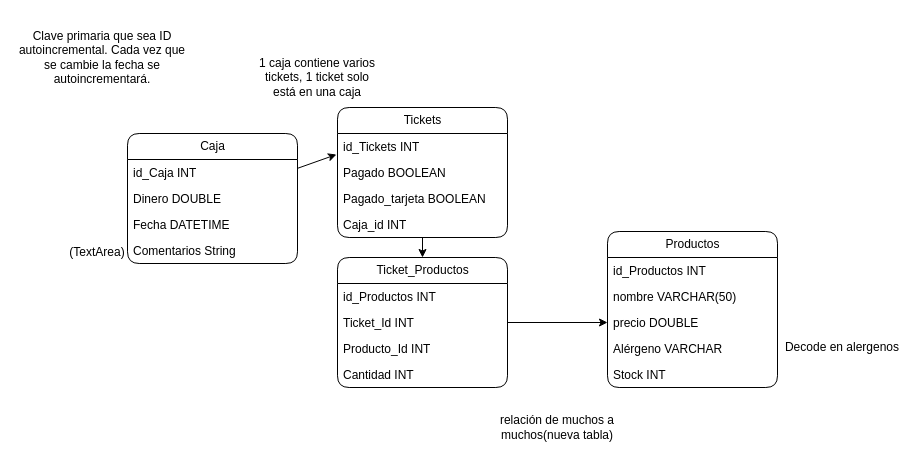
This is BBDD/ModeloRelacional.drawio from MarioMunPeq/Cafeteria-Java-1DAM, a draw.io file, before an edit. Source tidied: cells renumbered, new cells numbered last; positions are measured from the earlier drawing's top-left corner, leaving out a move shared by most shapes. Both pictures are drawn from the tidied source at 100%, with x=0, y=0 at pixel (17, 17).
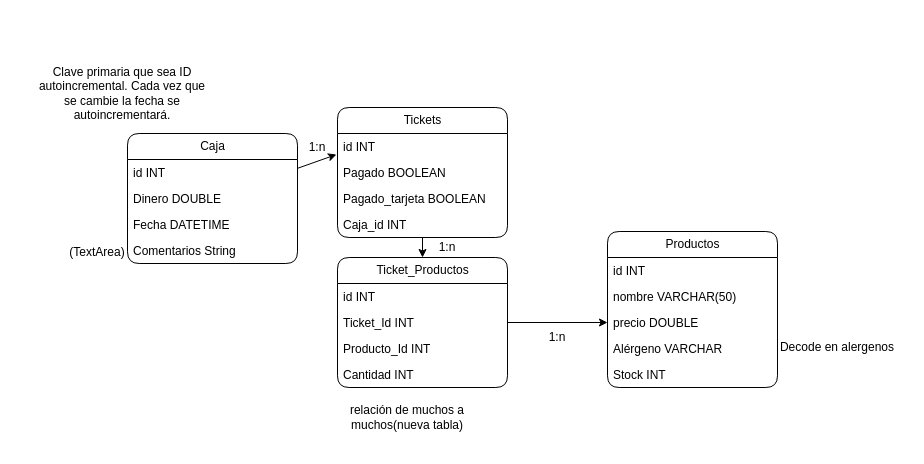
The same diagram, later.

Commit message (it also covers changes not shown here):
Creado metodo para cada tabla

The change refers to these unchanged cells:
```xml
<mxCell id="3" value="Caja" style="swimlane;fontStyle=0;horizontal=1;startSize=26;fillColor=none;html=1;rounded=1;" parent="1" vertex="1">
  <mxGeometry x="110" y="116" width="170" height="130" as="geometry" />
</mxCell>
<mxCell id="9" value="Tickets" style="swimlane;fontStyle=0;horizontal=1;startSize=26;fillColor=none;html=1;rounded=1;" parent="1" vertex="1">
  <mxGeometry x="320" y="90" width="170" height="130" as="geometry" />
</mxCell>
<mxCell id="14" value="Ticket_Productos" style="swimlane;fontStyle=0;horizontal=1;startSize=26;fillColor=none;html=1;rounded=1;" parent="1" vertex="1">
  <mxGeometry x="320" y="240" width="170" height="130" as="geometry" />
</mxCell>
<mxCell id="19" value="Productos" style="swimlane;fontStyle=0;horizontal=1;startSize=26;fillColor=none;html=1;rounded=1;" parent="1" vertex="1">
  <mxGeometry x="590" y="214" width="170" height="156" as="geometry" />
</mxCell>
```

Change to the diagram source:
```diff
@@
-    <mxCell id="4" value="id_Caja INT" style="text;strokeColor=none;fillColor=none;align=left;verticalAlign=top;spacingLeft=4;spacingRight=4;overflow=hidden;whiteSpace=wrap;html=1;rounded=1;" parent="3" vertex="1">
+    <mxCell id="4" value="id INT" style="text;strokeColor=none;fillColor=none;align=left;verticalAlign=top;spacingLeft=4;spacingRight=4;overflow=hidden;whiteSpace=wrap;html=1;rounded=1;" parent="3" vertex="1">
       <mxGeometry y="26" width="170" height="26" as="geometry" />
     </mxCell>
@@
-    <mxCell id="10" value="id_Tickets INT" style="text;strokeColor=none;fillColor=none;align=left;verticalAlign=top;spacingLeft=4;spacingRight=4;overflow=hidden;points=[[0,0.5],[1,0.5]];portConstraint=eastwest;whiteSpace=wrap;html=1;rounded=1;" parent="9" vertex="1">
+    <mxCell id="10" value="id INT" style="text;strokeColor=none;fillColor=none;align=left;verticalAlign=top;spacingLeft=4;spacingRight=4;overflow=hidden;points=[[0,0.5],[1,0.5]];portConstraint=eastwest;whiteSpace=wrap;html=1;rounded=1;" parent="9" vertex="1">
       <mxGeometry y="26" width="170" height="26" as="geometry" />
     </mxCell>
@@
-    <mxCell id="15" value="id_Productos INT" style="text;strokeColor=none;fillColor=none;align=left;verticalAlign=top;spacingLeft=4;spacingRight=4;overflow=hidden;whiteSpace=wrap;html=1;rounded=1;" parent="14" vertex="1">
+    <mxCell id="15" value="id INT" style="text;strokeColor=none;fillColor=none;align=left;verticalAlign=top;spacingLeft=4;spacingRight=4;overflow=hidden;whiteSpace=wrap;html=1;rounded=1;" parent="14" vertex="1">
       <mxGeometry y="26" width="170" height="26" as="geometry" />
     </mxCell>
@@
-    <mxCell id="20" value="id_Productos INT" style="text;strokeColor=none;fillColor=none;align=left;verticalAlign=top;spacingLeft=4;spacingRight=4;overflow=hidden;whiteSpace=wrap;html=1;rounded=1;" parent="19" vertex="1">
+    <mxCell id="20" value="id INT" style="text;strokeColor=none;fillColor=none;align=left;verticalAlign=top;spacingLeft=4;spacingRight=4;overflow=hidden;whiteSpace=wrap;html=1;rounded=1;" parent="19" vertex="1">
       <mxGeometry y="26" width="170" height="26" as="geometry" />
     </mxCell>
@@
-    <mxCell id="26" value="1 caja contiene varios tickets, 1 ticket solo está en una caja" style="text;html=1;strokeColor=none;fillColor=none;align=center;verticalAlign=middle;whiteSpace=wrap;rounded=1;" parent="1" vertex="1">
-      <mxGeometry x="240" y="40" width="120" height="40" as="geometry" />
+    <mxCell id="26" value="1:n" style="text;html=1;strokeColor=none;fillColor=none;align=center;verticalAlign=middle;whiteSpace=wrap;rounded=1;" parent="1" vertex="1">
+      <mxGeometry x="290" y="120" width="20" height="20" as="geometry" />
     </mxCell>
     <mxCell id="27" value="relación de muchos a muchos(nueva tabla)" style="text;html=1;strokeColor=none;fillColor=none;align=center;verticalAlign=middle;whiteSpace=wrap;rounded=1;" parent="1" vertex="1">
-      <mxGeometry x="480" y="390" width="120" height="40" as="geometry" />
+      <mxGeometry x="330" y="380" width="120" height="40" as="geometry" />
     </mxCell>
     <mxCell id="28" value="Decode en alergenos" style="text;html=1;strokeColor=none;fillColor=none;align=center;verticalAlign=middle;whiteSpace=wrap;rounded=0;" parent="1" vertex="1">
-      <mxGeometry x="760" y="320" width="130" height="20" as="geometry" />
+      <mxGeometry x="760" y="320" width="120" height="20" as="geometry" />
     </mxCell>
     <mxCell id="29" value="Clave primaria que sea ID autoincremental. Cada vez que se cambie la fecha se autoincrementará.&lt;br&gt;" style="text;html=1;strokeColor=none;fillColor=none;align=center;verticalAlign=middle;whiteSpace=wrap;rounded=0;" parent="1" vertex="1">
-      <mxGeometry width="170" height="80" as="geometry" />
+      <mxGeometry x="20" y="36" width="170" height="80" as="geometry" />
     </mxCell>
@@
+    <mxCell id="31" value="1:n" style="text;html=1;strokeColor=none;fillColor=none;align=center;verticalAlign=middle;whiteSpace=wrap;rounded=1;" parent="1" vertex="1">
+      <mxGeometry x="530" y="310" width="20" height="20" as="geometry" />
+    </mxCell>
+    <mxCell id="32" value="1:n" style="text;html=1;strokeColor=none;fillColor=none;align=center;verticalAlign=middle;whiteSpace=wrap;rounded=1;" parent="1" vertex="1">
+      <mxGeometry x="420" y="220" width="20" height="20" as="geometry" />
+    </mxCell>
```
